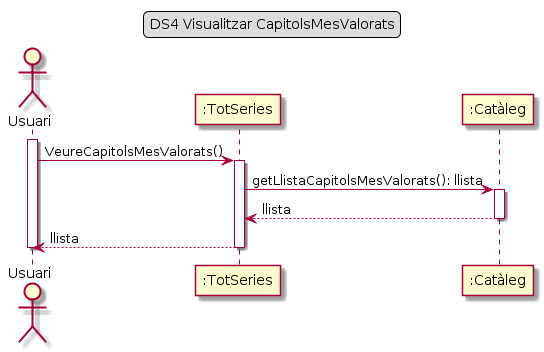
Above: Lab4/DS/DS4 Visualitzar CapitolsMesValorats.png in Ralleg314/DS (PlantUML), before the change. Source of this version:
```plantuml
@startuml
legend top
    DS4 Visualitzar CapitolsMesValorats
end legend

actor Usuari as usuari
activate usuari

participant ":TotSeries" as TS
participant ":Catàleg" as cataleg

usuari -> TS: VeureCapitolsMesValorats()
activate TS
TS -> cataleg: getLlistaCapitolsMesValorats(): llista
activate cataleg
cataleg --> TS: llista
deactivate cataleg
TS --> usuari: llista
deactivate TS
deactivate usuari
@enduml
```
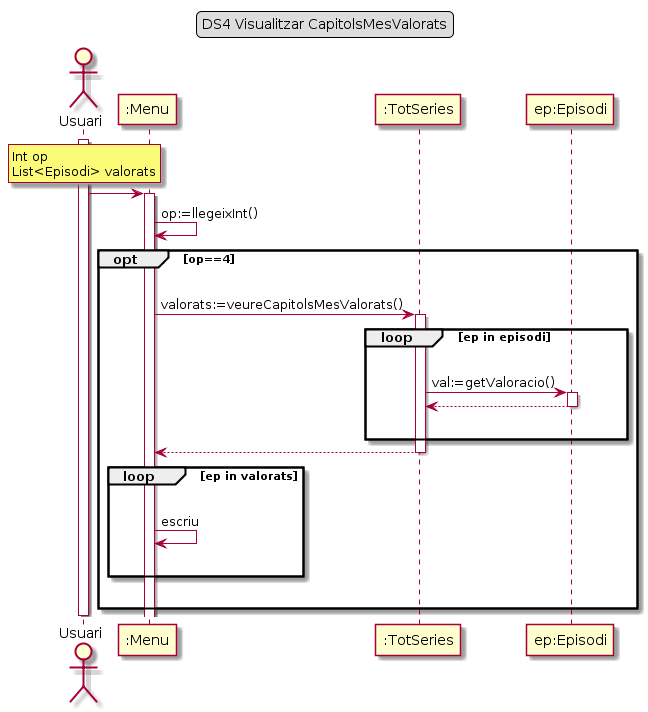
After the change.

Change to the diagram source:
```diff
@@ -5,17 +5,38 @@
 
 actor Usuari as usuari
 activate usuari
+rnote over usuari
+    Int op
+    List<Episodi> valorats
+end rnote
 
+participant ":Menu" as menu
 participant ":TotSeries" as TS
-participant ":Catàleg" as cataleg
+participant "ep:Episodi" as episodi
 
-usuari -> TS: VeureCapitolsMesValorats()
-activate TS
-TS -> cataleg: getLlistaCapitolsMesValorats(): llista
-activate cataleg
-cataleg --> TS: llista
-deactivate cataleg
-TS --> usuari: llista
-deactivate TS
+usuari -> menu
+activate menu
+menu -> menu : op:=llegeixInt()
+opt op==4
+    |||
+    menu -> TS: valorats:=veureCapitolsMesValorats()
+    activate TS
+    loop ep in episodi
+        |||
+        TS -> episodi : val:=getValoracio()
+        activate episodi
+        episodi ---> TS
+        deactivate episodi
+        |||
+    end
+    TS --> menu
+    deactivate TS
+    loop ep in valorats
+        |||
+        menu -> menu : escriu
+        |||
+    end
+    |||
+end
 deactivate usuari
 @enduml
```
